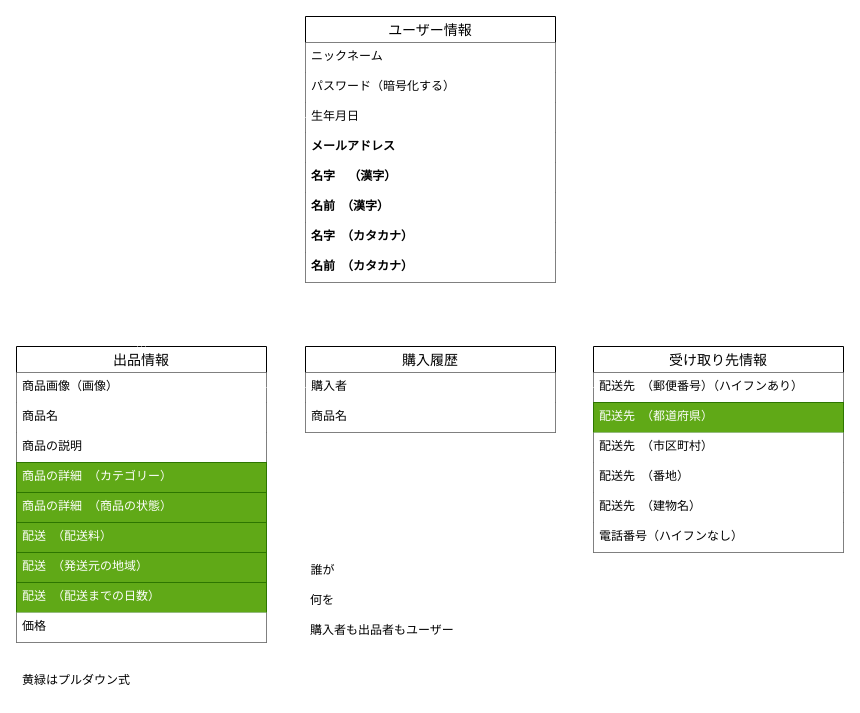
takumi19910112/furima-38533 keeps this draw.io diagram as readme.dio. Above is the earlier version. Source tidied: cells renumbered, new cells numbered last; positions are measured from the earlier drawing's top-left corner, leaving out a move shared by most shapes. Both pictures are drawn from the tidied source at 100%, with x=0, y=0 at pixel (16, 16).
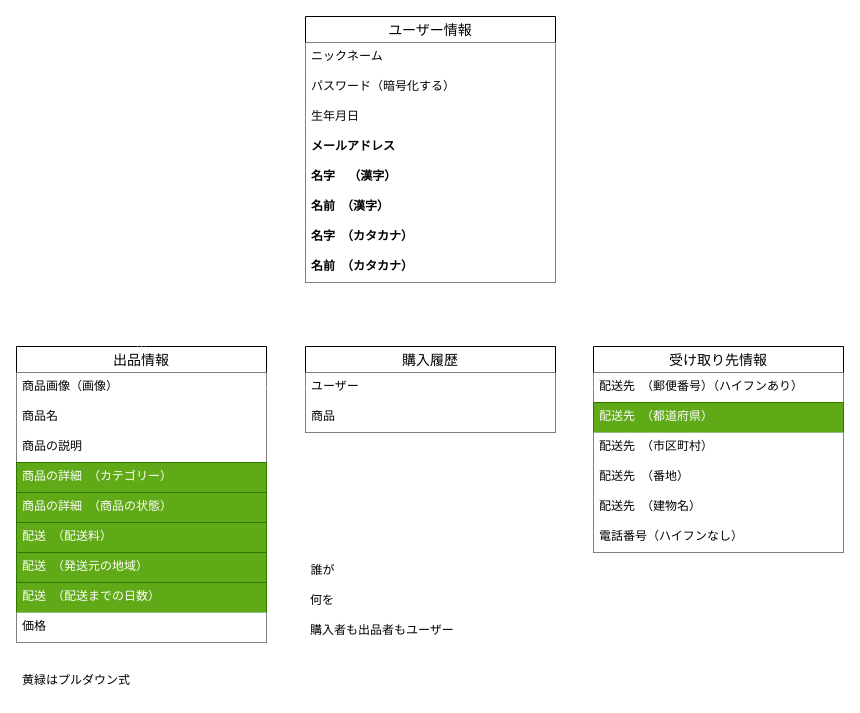
After the change.

The change refers to these unchanged cells:
```xml
<mxCell id="30" value="購入履歴" style="swimlane;fontStyle=0;horizontal=1;startSize=26;align=center;fontSize=14;" parent="1" vertex="1">
  <mxGeometry x="289" y="330" width="250" height="86" as="geometry" />
</mxCell>
```

The edit, as a diff of the source:
```diff
@@
-    <mxCell id="31" value="購入者" style="text;strokeColor=none;fillColor=default;spacingLeft=4;spacingRight=4;overflow=hidden;points=[[0,0.5],[1,0.5]];portConstraint=eastwest;fontSize=12;" parent="30" vertex="1">
+    <mxCell id="31" value="ユーザー" style="text;strokeColor=none;fillColor=default;spacingLeft=4;spacingRight=4;overflow=hidden;points=[[0,0.5],[1,0.5]];portConstraint=eastwest;fontSize=12;" parent="30" vertex="1">
       <mxGeometry y="26" width="250" height="30" as="geometry" />
     </mxCell>
-    <mxCell id="32" value="商品名" style="text;strokeColor=none;fillColor=default;spacingLeft=4;spacingRight=4;overflow=hidden;fontSize=12;" parent="30" vertex="1">
+    <mxCell id="32" value="商品" style="text;strokeColor=none;fillColor=default;spacingLeft=4;spacingRight=4;overflow=hidden;fontSize=12;" parent="30" vertex="1">
       <mxGeometry y="56" width="250" height="30" as="geometry" />
     </mxCell>
```
